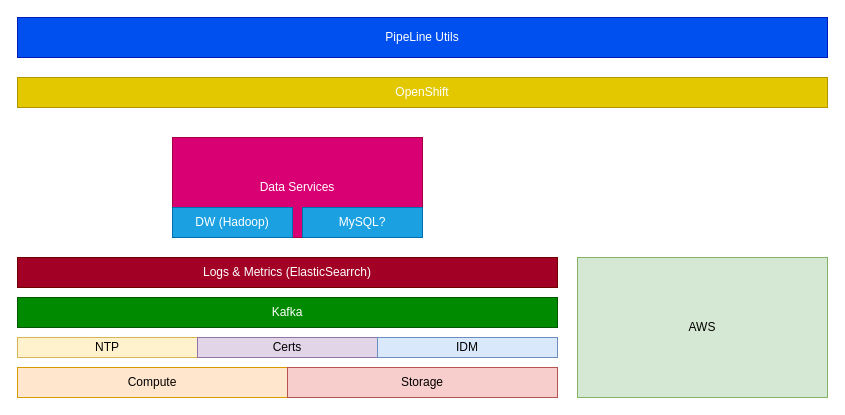
Before: architecture/platform.drawio in slmingol/diagram_assets, a draw.io diagram. Source tidied: cells renumbered, new cells numbered last; positions are measured from the earlier drawing's top-left corner, leaving out a move shared by most shapes. Both pictures are drawn from the tidied source at 100%, with x=0, y=0 at pixel (17, 17).
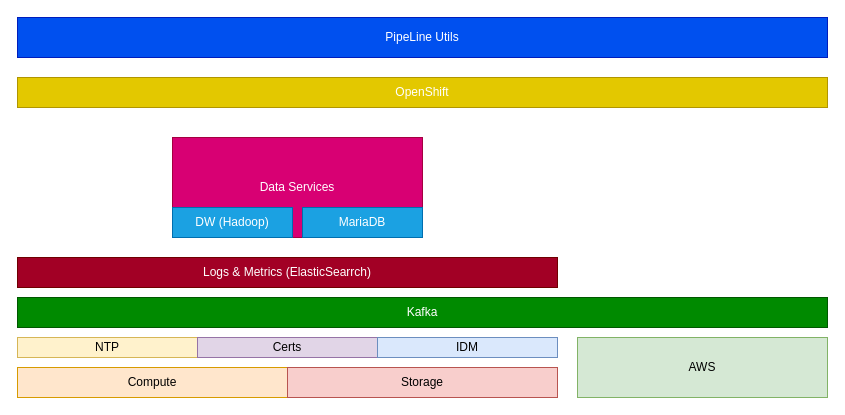
The same page after the edit.

The edit, as a diff of the source:
```diff
@@
 <mxGraphModel>
   <root>
     <mxCell id="0" />
     <mxCell id="1" parent="0" />
     <mxCell id="2" value="OpenShift" style="rounded=0;whiteSpace=wrap;html=1;fillColor=#e3c800;strokeColor=#B09500;fontColor=#ffffff;" parent="1" vertex="1">
       <mxGeometry y="60" width="810" height="30" as="geometry" />
     </mxCell>
     <mxCell id="3" value="Kafka" style="rounded=0;whiteSpace=wrap;html=1;fillColor=#008a00;strokeColor=#005700;fontColor=#ffffff;" parent="1" vertex="1">
-      <mxGeometry y="280" width="540" height="30" as="geometry" />
+      <mxGeometry y="280" width="810" height="30" as="geometry" />
     </mxCell>
     <mxCell id="4" value="Data Services" style="rounded=0;whiteSpace=wrap;html=1;fillColor=#d80073;strokeColor=#A50040;fontColor=#ffffff;" parent="1" vertex="1">
       <mxGeometry x="155" y="120" width="250" height="100" as="geometry" />
     </mxCell>
     <mxCell id="5" value="DW (Hadoop)" style="rounded=0;whiteSpace=wrap;html=1;fillColor=#1ba1e2;strokeColor=#006EAF;fontColor=#ffffff;" parent="1" vertex="1">
       <mxGeometry x="155" y="190" width="120" height="30" as="geometry" />
     </mxCell>
-    <mxCell id="6" value="MySQL?" style="rounded=0;whiteSpace=wrap;html=1;fillColor=#1ba1e2;strokeColor=#006EAF;fontColor=#ffffff;" parent="1" vertex="1">
+    <mxCell id="6" value="MariaDB" style="rounded=0;whiteSpace=wrap;html=1;fillColor=#1ba1e2;strokeColor=#006EAF;fontColor=#ffffff;" parent="1" vertex="1">
       <mxGeometry x="285" y="190" width="120" height="30" as="geometry" />
     </mxCell>
     <mxCell id="7" value="PipeLine Utils" style="rounded=0;whiteSpace=wrap;html=1;fillColor=#0050ef;strokeColor=#001DBC;fontColor=#ffffff;" parent="1" vertex="1">
       <mxGeometry width="810" height="40" as="geometry" />
     </mxCell>
     <mxCell id="8" value="Logs &amp;amp; Metrics (ElasticSearrch)" style="rounded=0;whiteSpace=wrap;html=1;fillColor=#a20025;strokeColor=#6F0000;fontColor=#ffffff;" parent="1" vertex="1">
       <mxGeometry y="240" width="540" height="30" as="geometry" />
     </mxCell>
     <mxCell id="9" style="group;" parent="1" vertex="1">
       <mxGeometry y="350" width="540" height="30" as="geometry" />
     </mxCell>
     <mxCell id="10" value="Compute" style="rounded=0;whiteSpace=wrap;html=1;fillColor=#ffe6cc;strokeColor=#d79b00;" parent="9" vertex="1">
       <mxGeometry width="270" height="30" as="geometry" />
     </mxCell>
     <mxCell id="11" value="Storage" style="rounded=0;whiteSpace=wrap;html=1;fillColor=#f8cecc;strokeColor=#b85450;" parent="9" vertex="1">
       <mxGeometry x="270" width="270" height="30" as="geometry" />
     </mxCell>
     <mxCell id="12" style="group;" parent="1" vertex="1">
       <mxGeometry y="320" width="540" height="20" as="geometry" />
     </mxCell>
     <mxCell id="13" value="NTP" style="rounded=0;whiteSpace=wrap;html=1;fillColor=#fff2cc;strokeColor=#d6b656;" parent="12" vertex="1">
       <mxGeometry width="180" height="20" as="geometry" />
     </mxCell>
     <mxCell id="14" value="Certs" style="rounded=0;whiteSpace=wrap;html=1;fillColor=#e1d5e7;strokeColor=#9673a6;" parent="12" vertex="1">
       <mxGeometry x="180" width="180" height="20" as="geometry" />
     </mxCell>
     <mxCell id="15" value="IDM" style="rounded=0;whiteSpace=wrap;html=1;fillColor=#dae8fc;strokeColor=#6c8ebf;" parent="12" vertex="1">
       <mxGeometry x="360" width="180" height="20" as="geometry" />
     </mxCell>
     <mxCell id="16" value="AWS" style="rounded=0;whiteSpace=wrap;html=1;fillColor=#d5e8d4;strokeColor=#82b366;" parent="1" vertex="1">
-      <mxGeometry x="560" y="240" width="250" height="140" as="geometry" />
+      <mxGeometry x="560" y="320" width="250" height="60" as="geometry" />
     </mxCell>
   </root>
 </mxGraphModel>
```
